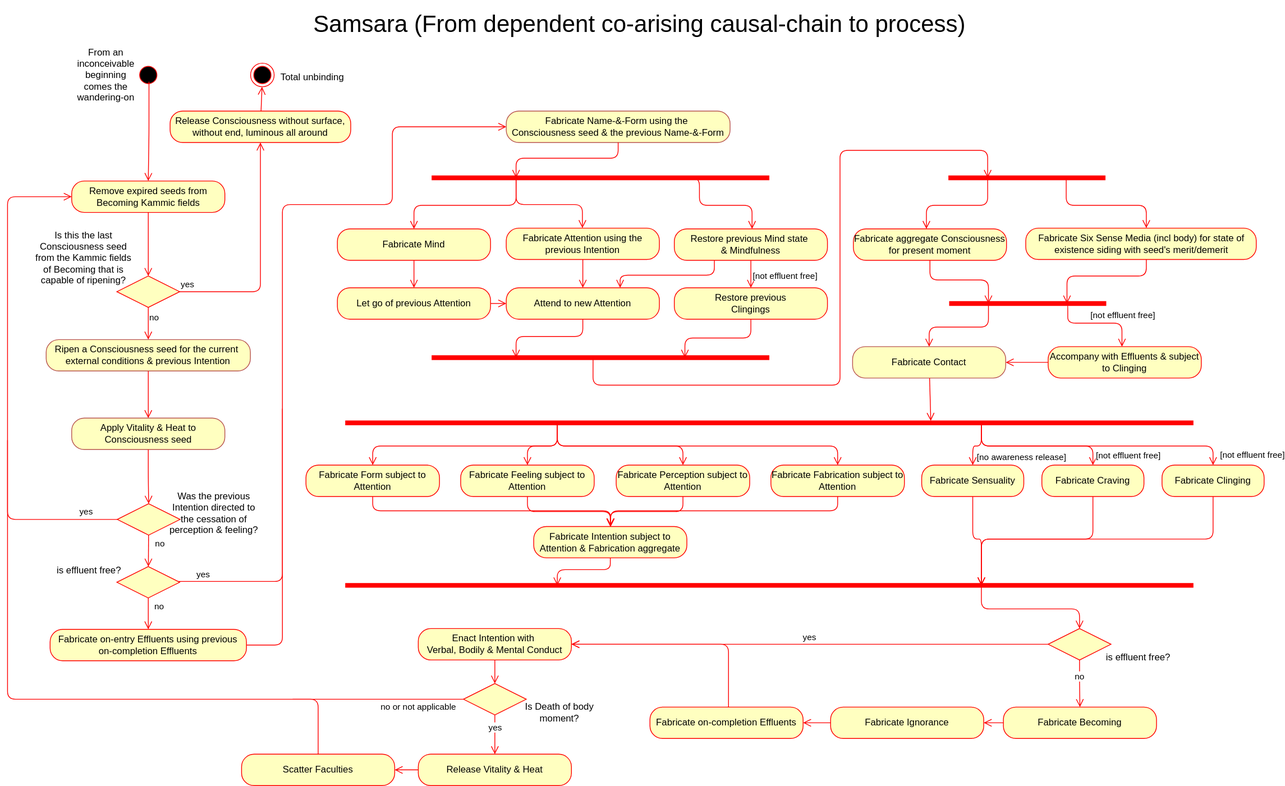
This is samsara-process.drawio.svg from suttaplayer/dn34-PROGRESSING-BY-TENS, a draw.io export, as it was before one commit. Source tidied: cells renumbered, new cells last; positions are measured from the earlier drawing's top-left corner, leaving out a move shared by most shapes.
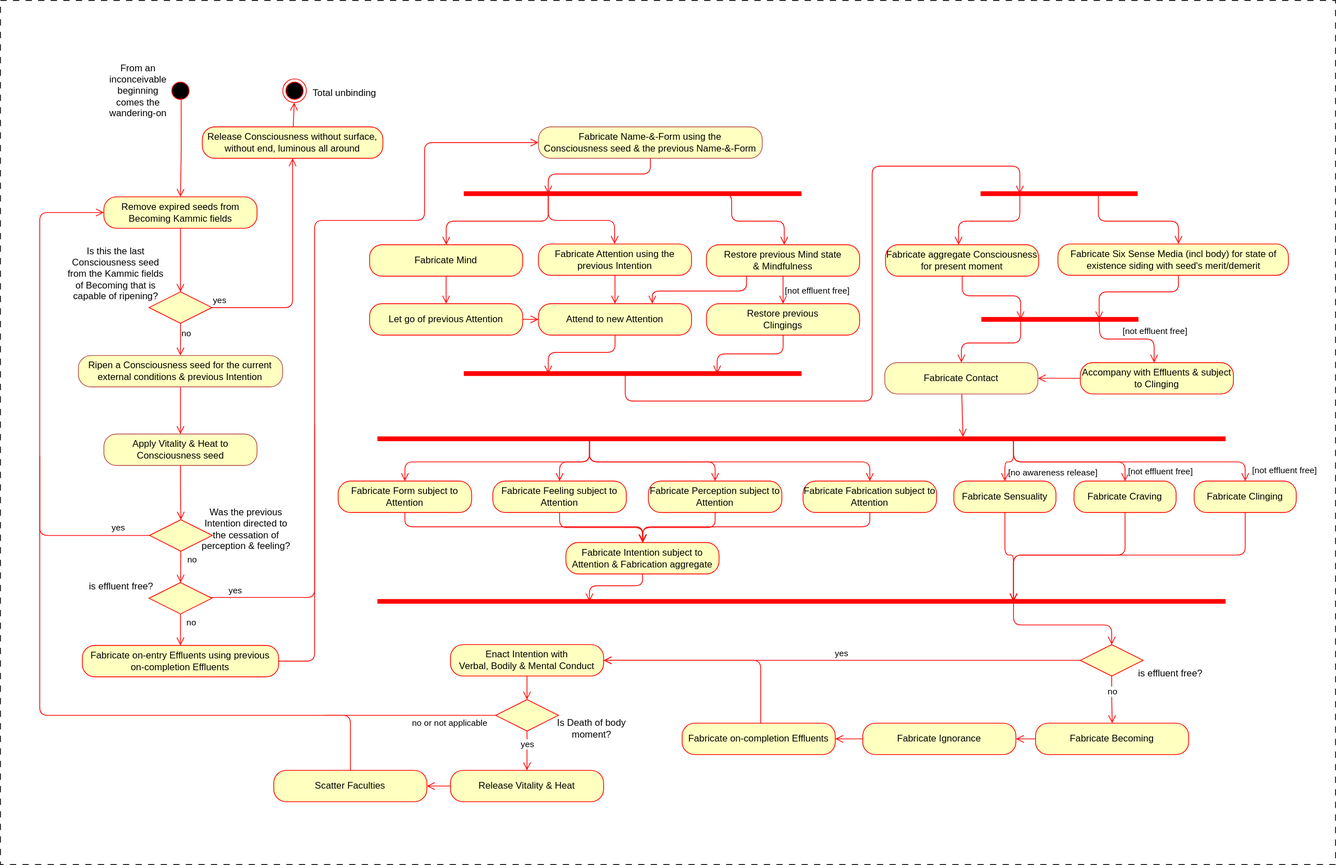
The same diagram one commit later.

What changed in the source:
```diff
@@ -2,9 +2,9 @@
   <root>
     <mxCell id="0" />
     <mxCell id="1" parent="0" />
-    <mxCell id="2" value="Samsara (From dependent co-arising causal-chain to process)" style="text;html=1;align=center;verticalAlign=middle;whiteSpace=wrap;rounded=0;fontSize=30;" parent="1" vertex="1">
-      <mxGeometry x="180" width="1250" height="60" as="geometry" />
-    </mxCell>
+    <mxCell id="111" style="rounded=0;whiteSpace=wrap;html=1;fillColor=none;dashed=1;dashPattern=8 8;" parent="1" vertex="1">
+      <mxGeometry x="-50" y="-20" width="1700" height="1100" as="geometry" />
+    </mxCell>
     <mxCell id="3" style="ellipse;html=1;shape=startState;fillColor=#000000;strokeColor=#ff0000;" parent="1" vertex="1">
       <mxGeometry x="164.2" y="80" width="30" height="30" as="geometry" />
     </mxCell>
```
